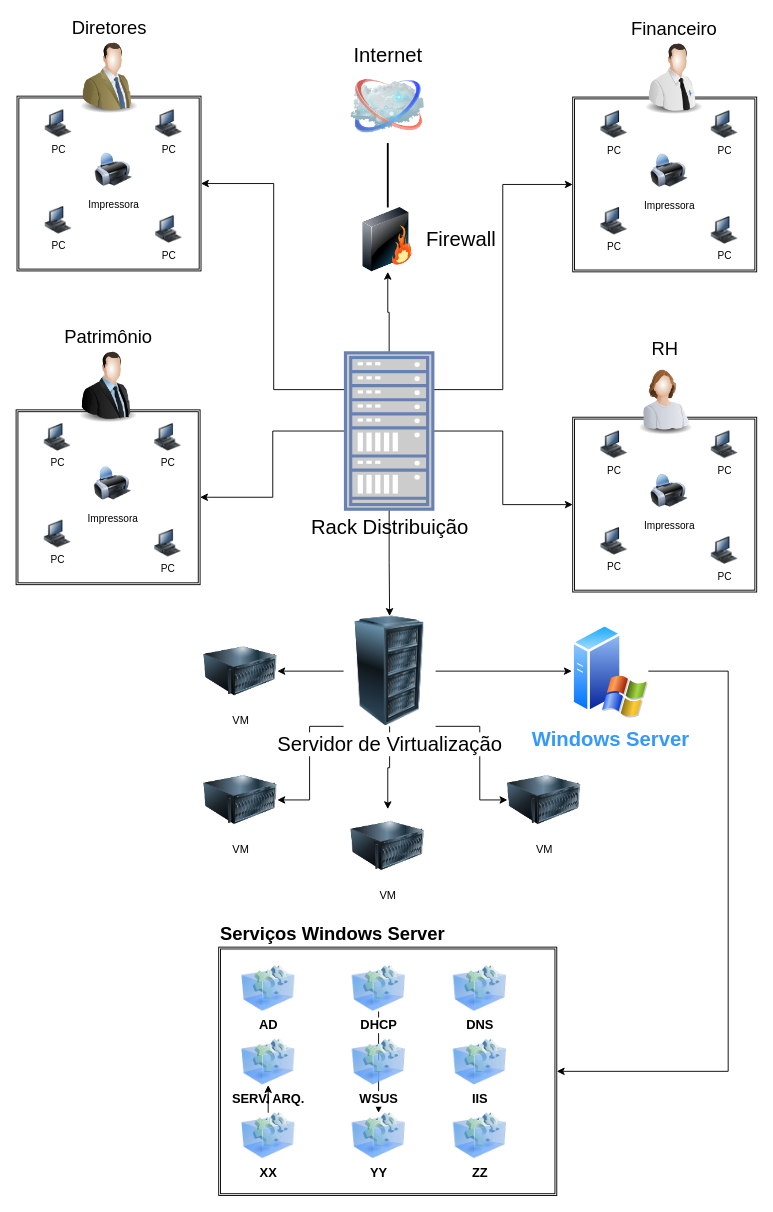
The draw.io diagram Projeto_Adm_Redes_Win.drawio in alexsilvan84/Administra-o-De-Redes-Microsoft-Windows, before the edit. Source tidied: cells renumbered, new cells numbered last; positions are measured from the earlier drawing's top-left corner, leaving out a move shared by most shapes. Both pictures are drawn from the tidied source at 92%, with x=0, y=0 at pixel (16, 40).
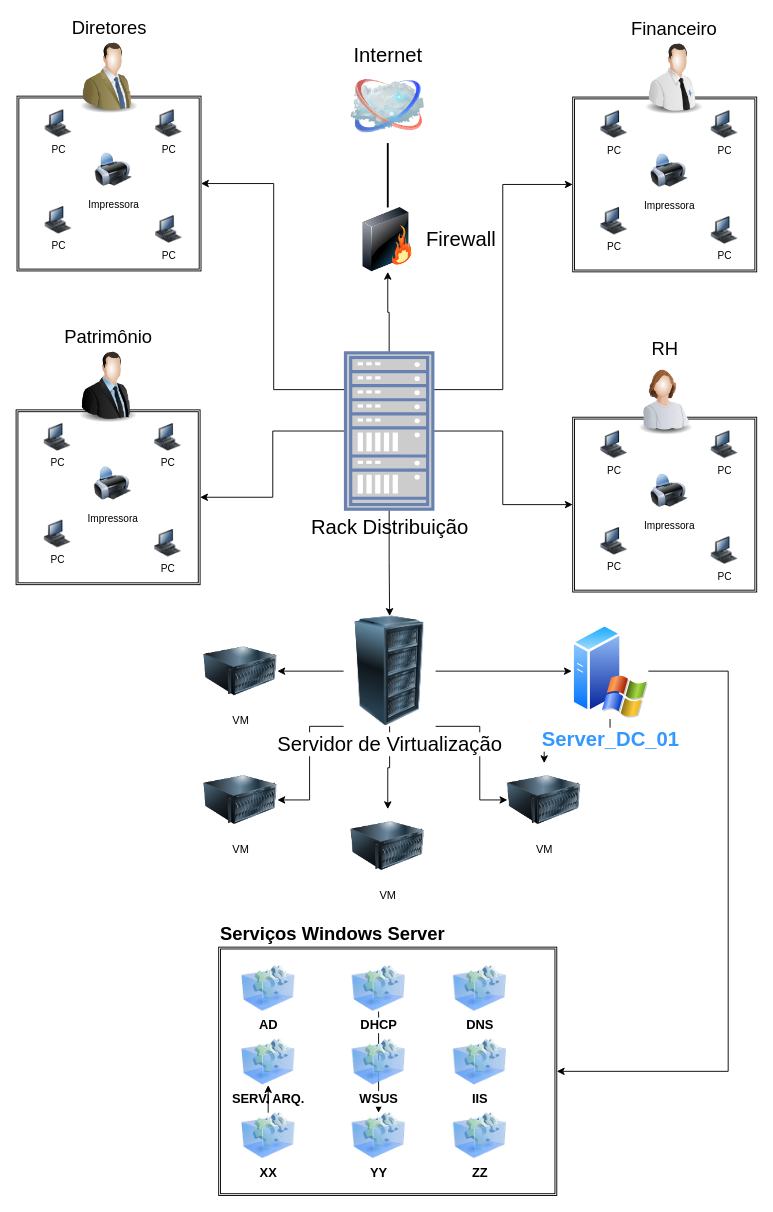
Above is the later version.

Unchanged cells that the change refers to:
```xml
<mxCell id="12" value="VM" style="image;html=1;image=img/lib/clip_art/computers/Server_128x128.png;" parent="1" vertex="1">
  <mxGeometry x="534" y="785" width="80" height="80" as="geometry" />
</mxCell>
```

Change to the diagram source:
```diff
@@
+    <mxCell id="68" style="edgeStyle=orthogonalEdgeStyle;rounded=0;jettySize=auto;html=1;" parent="1" edge="1" source="60" target="12">
+      <mxGeometry relative="1" as="geometry" />
+    </mxCell>
-    <mxCell id="60" value="&lt;font style=&quot;font-size: 22px;&quot; color=&quot;#3399ff&quot;&gt;&lt;b&gt;Windows Server&lt;/b&gt;&lt;/font&gt;" style="image;perimeter=ellipsePerimeter;html=1;align=center;shadow=0;dashed=0;spacingTop=3;image=img/lib/active_directory/windows_server_2.svg;" parent="1" vertex="1">
+    <mxCell id="60" value="&lt;font style=&quot;font-size: 22px;&quot; color=&quot;#3399ff&quot;&gt;&lt;b&gt;Server_DC_01&lt;/b&gt;&lt;/font&gt;" style="image;perimeter=ellipsePerimeter;html=1;align=center;shadow=0;dashed=0;spacingTop=3;image=img/lib/active_directory/windows_server_2.svg;" parent="1" vertex="1">
       <mxGeometry x="604" y="633" width="83.2" height="104" as="geometry" />
     </mxCell>
```
